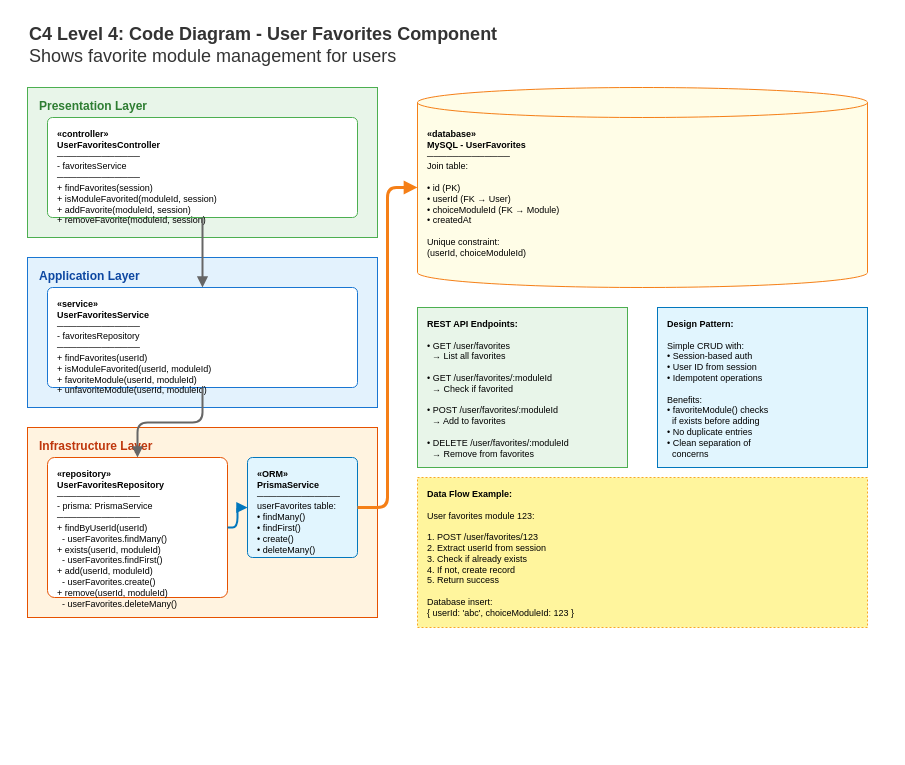
The draw.io diagram page "User Favorites" (4 of 7) of C4-Model/Level 4.drawio in CompassGPT/Documentation, before the edit. Source tidied: cells renumbered, new cells numbered last; positions are measured from the earlier drawing's top-left corner, leaving out a move shared by most shapes. Both pictures are drawn from the tidied source at 100%, with x=0, y=0 at pixel (27, 17).
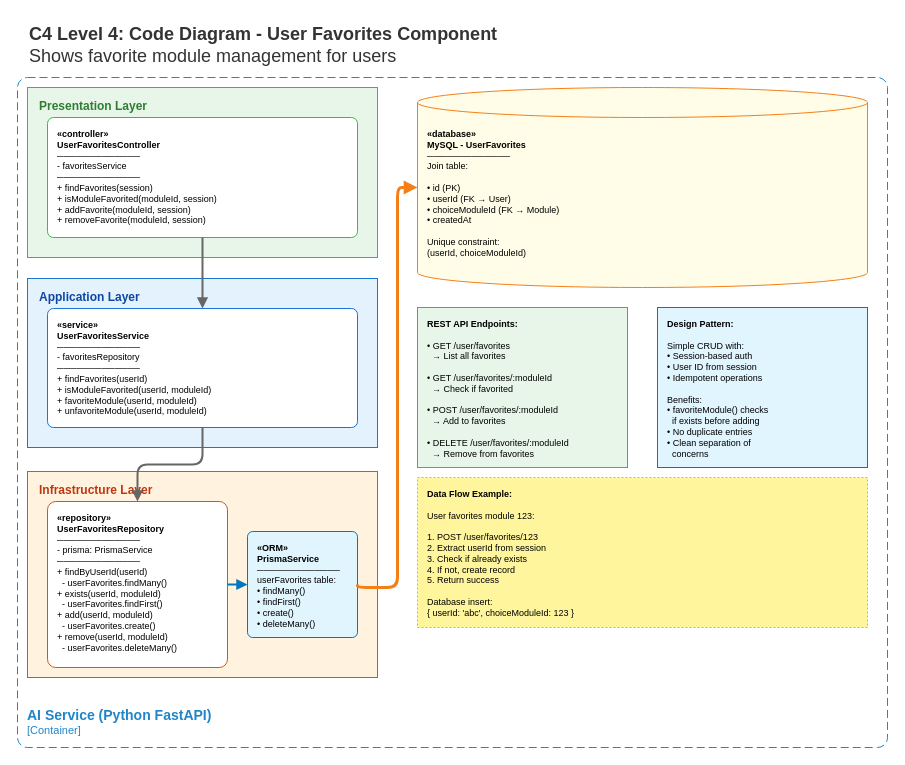
The same page after the edit.

The change refers to these unchanged cells:
```xml
<mxCell id="10" value="&lt;b&gt;«database»&lt;/b&gt;&lt;br&gt;&lt;b&gt;MySQL - UserFavorites&lt;/b&gt;&lt;br&gt;─────────────&lt;br&gt;Join table:&lt;br&gt;&lt;br&gt;• id (PK)&lt;br&gt;• userId (FK → User)&lt;br&gt;• choiceModuleId (FK → Module)&lt;br&gt;• createdAt&lt;br&gt;&lt;br&gt;Unique constraint:&lt;br&gt;(userId, choiceModuleId)" style="shape=cylinder3;whiteSpace=wrap;html=1;boundedLbl=1;backgroundOutline=1;size=15;fillColor=#FFFDE7;strokeColor=#F57F17;fontColor=#000000;fontSize=9;align=left;verticalAlign=top;spacingLeft=8;spacingTop=5;" parent="1" vertex="1">
  <mxGeometry x="390" y="70" width="450" height="200" as="geometry" />
</mxCell>
```

What changed in the source:
```diff
@@
     <mxCell id="3" value="&lt;b&gt;Presentation Layer&lt;/b&gt;" style="rounded=0;whiteSpace=wrap;html=1;fillColor=#E8F5E9;strokeColor=#4CAF50;fontColor=#2E7D32;fontSize=12;align=left;verticalAlign=top;spacingLeft=10;spacingTop=5;" parent="1" vertex="1">
-      <mxGeometry y="70" width="350" height="150" as="geometry" />
+      <mxGeometry y="70" width="350" height="170" as="geometry" />
     </mxCell>
     <mxCell id="4" value="&lt;b&gt;«controller»&lt;/b&gt;&lt;br&gt;&lt;b&gt;UserFavoritesController&lt;/b&gt;&lt;br&gt;─────────────&lt;br&gt;- favoritesService&lt;br&gt;─────────────&lt;br&gt;+ findFavorites(session)&lt;br&gt;+ isModuleFavorited(moduleId, session)&lt;br&gt;+ addFavorite(moduleId, session)&lt;br&gt;+ removeFavorite(moduleId, session)" style="rounded=1;whiteSpace=wrap;html=1;fillColor=#FFFFFF;strokeColor=#4CAF50;fontColor=#000000;fontSize=9;align=left;verticalAlign=top;spacingLeft=8;spacingTop=5;arcSize=5;" parent="1" vertex="1">
-      <mxGeometry x="20" y="100" width="310" height="100" as="geometry" />
+      <mxGeometry x="20" y="100" width="310" height="120" as="geometry" />
     </mxCell>
     <mxCell id="5" value="&lt;b&gt;Application Layer&lt;/b&gt;" style="rounded=0;whiteSpace=wrap;html=1;fillColor=#E3F2FD;strokeColor=#1976D2;fontColor=#0D47A1;fontSize=12;align=left;verticalAlign=top;spacingLeft=10;spacingTop=5;" parent="1" vertex="1">
-      <mxGeometry y="240" width="350" height="150" as="geometry" />
+      <mxGeometry y="261" width="350" height="169" as="geometry" />
     </mxCell>
     <mxCell id="6" value="&lt;b&gt;«service»&lt;/b&gt;&lt;br&gt;&lt;b&gt;UserFavoritesService&lt;/b&gt;&lt;br&gt;─────────────&lt;br&gt;- favoritesRepository&lt;br&gt;─────────────&lt;br&gt;+ findFavorites(userId)&lt;br&gt;+ isModuleFavorited(userId, moduleId)&lt;br&gt;+ favoriteModule(userId, moduleId)&lt;br&gt;+ unfavoriteModule(userId, moduleId)" style="rounded=1;whiteSpace=wrap;html=1;fillColor=#FFFFFF;strokeColor=#1976D2;fontColor=#000000;fontSize=9;align=left;verticalAlign=top;spacingLeft=8;spacingTop=5;arcSize=5;" parent="1" vertex="1">
-      <mxGeometry x="20" y="270" width="310" height="100" as="geometry" />
+      <mxGeometry x="20" y="291" width="310" height="119" as="geometry" />
     </mxCell>
     <mxCell id="7" value="&lt;b&gt;Infrastructure Layer&lt;/b&gt;" style="rounded=0;whiteSpace=wrap;html=1;fillColor=#FFF3E0;strokeColor=#E65100;fontColor=#BF360C;fontSize=12;align=left;verticalAlign=top;spacingLeft=10;spacingTop=5;" parent="1" vertex="1">
-      <mxGeometry y="410" width="350" height="190" as="geometry" />
+      <mxGeometry y="454" width="350" height="206" as="geometry" />
     </mxCell>
     <mxCell id="8" value="&lt;b&gt;«repository»&lt;/b&gt;&lt;br&gt;&lt;b&gt;UserFavoritesRepository&lt;/b&gt;&lt;br&gt;─────────────&lt;br&gt;- prisma: PrismaService&lt;br&gt;─────────────&lt;br&gt;+ findByUserId(userId)&lt;br&gt;&amp;nbsp;&amp;nbsp;- userFavorites.findMany()&lt;br&gt;+ exists(userId, moduleId)&lt;br&gt;&amp;nbsp;&amp;nbsp;- userFavorites.findFirst()&lt;br&gt;+ add(userId, moduleId)&lt;br&gt;&amp;nbsp;&amp;nbsp;- userFavorites.create()&lt;br&gt;+ remove(userId, moduleId)&lt;br&gt;&amp;nbsp;&amp;nbsp;- userFavorites.deleteMany()" style="rounded=1;whiteSpace=wrap;html=1;fillColor=#FFFFFF;strokeColor=#E65100;fontColor=#000000;fontSize=9;align=left;verticalAlign=top;spacingLeft=8;spacingTop=5;arcSize=5;" parent="1" vertex="1">
-      <mxGeometry x="20" y="440" width="180" height="140" as="geometry" />
+      <mxGeometry x="20" y="484" width="180" height="166" as="geometry" />
     </mxCell>
     <mxCell id="9" value="&lt;b&gt;«ORM»&lt;/b&gt;&lt;br&gt;&lt;b&gt;PrismaService&lt;/b&gt;&lt;br&gt;─────────────&lt;br&gt;userFavorites table:&lt;br&gt;• findMany()&lt;br&gt;• findFirst()&lt;br&gt;• create()&lt;br&gt;• deleteMany()" style="rounded=1;whiteSpace=wrap;html=1;fillColor=#E1F5FE;strokeColor=#0277BD;fontColor=#000000;fontSize=9;align=left;verticalAlign=top;spacingLeft=8;spacingTop=5;arcSize=5;" parent="1" vertex="1">
-      <mxGeometry x="220" y="440" width="110" height="100" as="geometry" />
+      <mxGeometry x="220" y="514" width="110" height="106" as="geometry" />
     </mxCell>
@@
     <mxCell id="17" style="edgeStyle=orthogonalEdgeStyle;rounded=1;html=1;strokeColor=#F57F17;strokeWidth=3;endArrow=block;endFill=1;exitX=1;exitY=0.5;exitDx=0;exitDy=0;entryX=0;entryY=0.5;entryDx=0;entryDy=0;entryPerimeter=0;" parent="1" edge="1" source="9" target="10">
       <mxGeometry relative="1" as="geometry">
         <Array as="points">
-          <mxPoint x="360" y="490" />
-          <mxPoint x="360" y="170" />
+          <mxPoint x="330" y="570" />
+          <mxPoint x="370" y="570" />
+          <mxPoint x="370" y="170" />
         </Array>
       </mxGeometry>
     </mxCell>
+    <mxCell id="18" value="&lt;font style=&quot;font-size: 14px&quot;&gt;&lt;b&gt;&lt;div style=&quot;text-align: left&quot;&gt;AI Service (Python FastAPI)&lt;/div&gt;&lt;/b&gt;&lt;/font&gt;&lt;div style=&quot;text-align: left&quot;&gt;[Container]&lt;/div&gt;" style="rounded=1;fontSize=11;whiteSpace=wrap;html=1;dashed=1;arcSize=20;fillColor=none;strokeColor=#2086C9;fontColor=#2086C9;labelBackgroundColor=none;align=left;verticalAlign=bottom;labelBorderColor=none;spacingTop=0;spacing=10;dashPattern=8 4;perimeter=rectanglePerimeter;noLabel=0;labelPadding=0;absoluteArcSize=1;" parent="1" vertex="1">
+      <mxGeometry x="-10" y="60" width="870" height="670" as="geometry" />
+    </mxCell>
```
